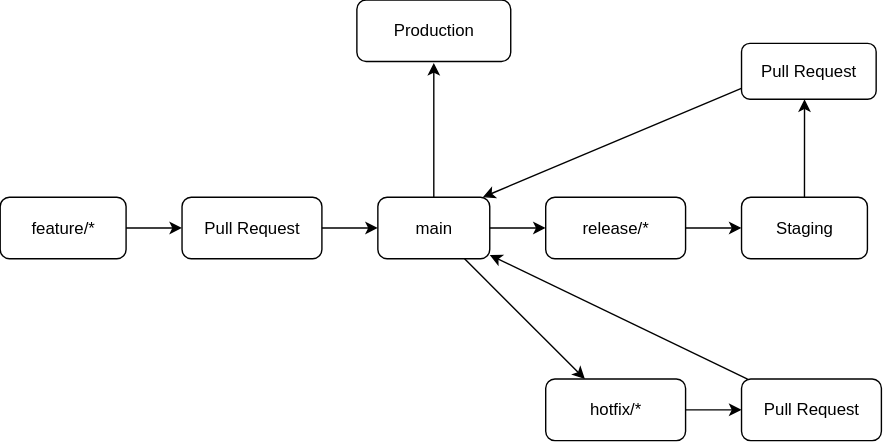
NedkoHristov/MentorTheYoung2026Devops keeps this draw.io diagram as Branching-strategy/branching-strategy.svg. Above is the earlier version. Source tidied: cells renumbered, new cells last; positions are measured from the earlier drawing's top-left corner, leaving out a move shared by most shapes. The source it was exported from:
```xml
<mxGraphModel>
  <root>
    <mxCell id="0" />
    <mxCell id="1" parent="0" />
    <mxCell id="2" value="feature/*" style="rounded=1;whiteSpace=wrap;" parent="1" vertex="1">
      <mxGeometry y="141" width="90" height="44" as="geometry" />
    </mxCell>
    <mxCell id="3" value="Pull Request" style="rounded=1;whiteSpace=wrap;" parent="1" vertex="1">
      <mxGeometry x="130" y="141" width="100" height="44" as="geometry" />
    </mxCell>
    <mxCell id="4" value="main" style="rounded=1;whiteSpace=wrap;" parent="1" vertex="1">
      <mxGeometry x="270" y="141" width="80" height="44" as="geometry" />
    </mxCell>
    <mxCell id="5" value="Production" style="rounded=1;whiteSpace=wrap;" parent="1" vertex="1">
      <mxGeometry x="255" width="110" height="44" as="geometry" />
    </mxCell>
    <mxCell id="6" value="release/*" style="rounded=1;whiteSpace=wrap;" parent="1" vertex="1">
      <mxGeometry x="390" y="141" width="100" height="44" as="geometry" />
    </mxCell>
    <mxCell id="7" style="edgeStyle=orthogonalEdgeStyle;rounded=0;jettySize=auto;html=1;exitX=0.5;exitY=0;exitDx=0;exitDy=0;" parent="1" edge="1" source="8" target="20">
      <mxGeometry relative="1" as="geometry">
        <Array as="points">
          <mxPoint x="575" y="91" />
          <mxPoint x="575" y="91" />
        </Array>
      </mxGeometry>
    </mxCell>
    <mxCell id="8" value="Staging" style="rounded=1;whiteSpace=wrap;" parent="1" vertex="1">
      <mxGeometry x="530" y="141" width="90" height="44" as="geometry" />
    </mxCell>
    <mxCell id="9" value="hotfix/*" style="rounded=1;whiteSpace=wrap;" parent="1" vertex="1">
      <mxGeometry x="390" y="271" width="100" height="44" as="geometry" />
    </mxCell>
    <mxCell id="10" value="Pull Request" style="rounded=1;whiteSpace=wrap;" parent="1" vertex="1">
      <mxGeometry x="530" y="271" width="100" height="44" as="geometry" />
    </mxCell>
    <mxCell id="11" parent="1" edge="1" source="2" target="3">
      <mxGeometry relative="1" as="geometry" />
    </mxCell>
    <mxCell id="12" parent="1" edge="1" source="3" target="4">
      <mxGeometry relative="1" as="geometry" />
    </mxCell>
    <mxCell id="13" parent="1" edge="1" source="4">
      <mxGeometry relative="1" as="geometry">
        <mxPoint x="310" y="45" as="targetPoint" />
      </mxGeometry>
    </mxCell>
    <mxCell id="14" parent="1" edge="1" source="4" target="6">
      <mxGeometry relative="1" as="geometry" />
    </mxCell>
    <mxCell id="15" parent="1" edge="1" source="6" target="8">
      <mxGeometry relative="1" as="geometry" />
    </mxCell>
    <mxCell id="16" parent="1" edge="1" source="4" target="9">
      <mxGeometry relative="1" as="geometry" />
    </mxCell>
    <mxCell id="17" parent="1" edge="1" source="9" target="10">
      <mxGeometry relative="1" as="geometry" />
    </mxCell>
    <mxCell id="18" parent="1" edge="1" source="10" target="4">
      <mxGeometry relative="1" as="geometry" />
    </mxCell>
    <mxCell id="19" style="rounded=0;orthogonalLoop=1;jettySize=auto;html=1;exitX=0;exitY=1;exitDx=0;exitDy=0;" parent="1" edge="1">
      <mxGeometry relative="1" as="geometry">
        <mxPoint x="535" y="61" as="sourcePoint" />
        <mxPoint x="345" y="141" as="targetPoint" />
      </mxGeometry>
    </mxCell>
    <mxCell id="20" value="Pull Request" style="rounded=1;whiteSpace=wrap;html=1;fontFamily=Helvetica;fontSize=12;fontColor=default;fontStyle=0;align=center;verticalAlign=middle;" parent="1" vertex="1">
      <mxGeometry x="530" y="31" width="96.2" height="40" as="geometry" />
    </mxCell>
  </root>
</mxGraphModel>
```
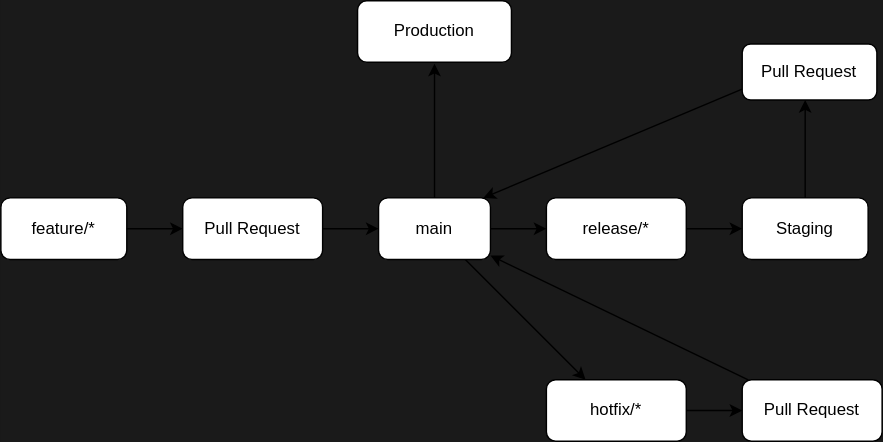
After the change.

Commit message:
Fixing diagram background

Diff of the diagram source:
```diff
@@ -1,23 +1,23 @@
-<mxGraphModel>
+<mxGraphModel background="light-dark(#1A1A1A,#000000)">
   <root>
-    <mxCell id="0" />
-    <mxCell id="1" parent="0" />
+    <mxCell id="21" />
+    <mxCell id="22" parent="21" />
-    <mxCell id="2" value="feature/*" style="rounded=1;whiteSpace=wrap;" parent="1" vertex="1">
+    <mxCell id="2" value="feature/*" style="rounded=1;whiteSpace=wrap;" parent="22" vertex="1">
       <mxGeometry y="141" width="90" height="44" as="geometry" />
     </mxCell>
-    <mxCell id="3" value="Pull Request" style="rounded=1;whiteSpace=wrap;" parent="1" vertex="1">
+    <mxCell id="3" value="Pull Request" style="rounded=1;whiteSpace=wrap;" parent="22" vertex="1">
       <mxGeometry x="130" y="141" width="100" height="44" as="geometry" />
     </mxCell>
-    <mxCell id="4" value="main" style="rounded=1;whiteSpace=wrap;" parent="1" vertex="1">
+    <mxCell id="4" value="main" style="rounded=1;whiteSpace=wrap;" parent="22" vertex="1">
       <mxGeometry x="270" y="141" width="80" height="44" as="geometry" />
     </mxCell>
-    <mxCell id="5" value="Production" style="rounded=1;whiteSpace=wrap;" parent="1" vertex="1">
+    <mxCell id="5" value="Production" style="rounded=1;whiteSpace=wrap;" parent="22" vertex="1">
       <mxGeometry x="255" width="110" height="44" as="geometry" />
     </mxCell>
-    <mxCell id="6" value="release/*" style="rounded=1;whiteSpace=wrap;" parent="1" vertex="1">
+    <mxCell id="6" value="release/*" style="rounded=1;whiteSpace=wrap;" parent="22" vertex="1">
       <mxGeometry x="390" y="141" width="100" height="44" as="geometry" />
     </mxCell>
-    <mxCell id="7" style="edgeStyle=orthogonalEdgeStyle;rounded=0;jettySize=auto;html=1;exitX=0.5;exitY=0;exitDx=0;exitDy=0;" parent="1" edge="1" source="8" target="20">
+    <mxCell id="7" style="edgeStyle=orthogonalEdgeStyle;rounded=0;jettySize=auto;html=1;exitX=0.5;exitY=0;exitDx=0;exitDy=0;" parent="22" edge="1" source="8" target="20">
       <mxGeometry relative="1" as="geometry">
         <Array as="points">
           <mxPoint x="575" y="91" />
@@ -25,48 +25,48 @@
         </Array>
       </mxGeometry>
     </mxCell>
-    <mxCell id="8" value="Staging" style="rounded=1;whiteSpace=wrap;" parent="1" vertex="1">
+    <mxCell id="8" value="Staging" style="rounded=1;whiteSpace=wrap;" parent="22" vertex="1">
       <mxGeometry x="530" y="141" width="90" height="44" as="geometry" />
     </mxCell>
-    <mxCell id="9" value="hotfix/*" style="rounded=1;whiteSpace=wrap;" parent="1" vertex="1">
+    <mxCell id="9" value="hotfix/*" style="rounded=1;whiteSpace=wrap;" parent="22" vertex="1">
       <mxGeometry x="390" y="271" width="100" height="44" as="geometry" />
     </mxCell>
-    <mxCell id="10" value="Pull Request" style="rounded=1;whiteSpace=wrap;" parent="1" vertex="1">
+    <mxCell id="10" value="Pull Request" style="rounded=1;whiteSpace=wrap;" parent="22" vertex="1">
       <mxGeometry x="530" y="271" width="100" height="44" as="geometry" />
     </mxCell>
-    <mxCell id="11" parent="1" edge="1" source="2" target="3">
+    <mxCell id="11" parent="22" edge="1" source="2" target="3">
       <mxGeometry relative="1" as="geometry" />
     </mxCell>
-    <mxCell id="12" parent="1" edge="1" source="3" target="4">
+    <mxCell id="12" parent="22" edge="1" source="3" target="4">
       <mxGeometry relative="1" as="geometry" />
     </mxCell>
-    <mxCell id="13" parent="1" edge="1" source="4">
-      <mxGeometry relative="1" as="geometry">
-        <mxPoint x="310" y="45" as="targetPoint" />
-      </mxGeometry>
-    </mxCell>
+    <mxCell id="23" parent="22" edge="1" source="4">
+      <mxGeometry relative="1" as="geometry">
+        <mxPoint x="310" y="45" as="targetPoint" />
+      </mxGeometry>
+    </mxCell>
-    <mxCell id="14" parent="1" edge="1" source="4" target="6">
+    <mxCell id="14" parent="22" edge="1" source="4" target="6">
       <mxGeometry relative="1" as="geometry" />
     </mxCell>
-    <mxCell id="15" parent="1" edge="1" source="6" target="8">
+    <mxCell id="15" parent="22" edge="1" source="6" target="8">
       <mxGeometry relative="1" as="geometry" />
     </mxCell>
-    <mxCell id="16" parent="1" edge="1" source="4" target="9">
+    <mxCell id="16" parent="22" edge="1" source="4" target="9">
       <mxGeometry relative="1" as="geometry" />
     </mxCell>
-    <mxCell id="17" parent="1" edge="1" source="9" target="10">
+    <mxCell id="17" parent="22" edge="1" source="9" target="10">
       <mxGeometry relative="1" as="geometry" />
     </mxCell>
-    <mxCell id="18" parent="1" edge="1" source="10" target="4">
+    <mxCell id="18" parent="22" edge="1" source="10" target="4">
       <mxGeometry relative="1" as="geometry" />
     </mxCell>
-    <mxCell id="19" style="rounded=0;orthogonalLoop=1;jettySize=auto;html=1;exitX=0;exitY=1;exitDx=0;exitDy=0;" parent="1" edge="1">
-      <mxGeometry relative="1" as="geometry">
-        <mxPoint x="535" y="61" as="sourcePoint" />
-        <mxPoint x="345" y="141" as="targetPoint" />
-      </mxGeometry>
-    </mxCell>
+    <mxCell id="24" style="rounded=0;orthogonalLoop=1;jettySize=auto;html=1;exitX=0;exitY=1;exitDx=0;exitDy=0;" parent="22" edge="1">
+      <mxGeometry relative="1" as="geometry">
+        <mxPoint x="535" y="61" as="sourcePoint" />
+        <mxPoint x="345" y="141" as="targetPoint" />
+      </mxGeometry>
+    </mxCell>
-    <mxCell id="20" value="Pull Request" style="rounded=1;whiteSpace=wrap;html=1;fontFamily=Helvetica;fontSize=12;fontColor=default;fontStyle=0;align=center;verticalAlign=middle;" parent="1" vertex="1">
+    <mxCell id="20" value="Pull Request" style="rounded=1;whiteSpace=wrap;html=1;fontFamily=Helvetica;fontSize=12;fontColor=default;fontStyle=0;align=center;verticalAlign=middle;" parent="22" vertex="1">
       <mxGeometry x="530" y="31" width="96.2" height="40" as="geometry" />
     </mxCell>
   </root>
```
